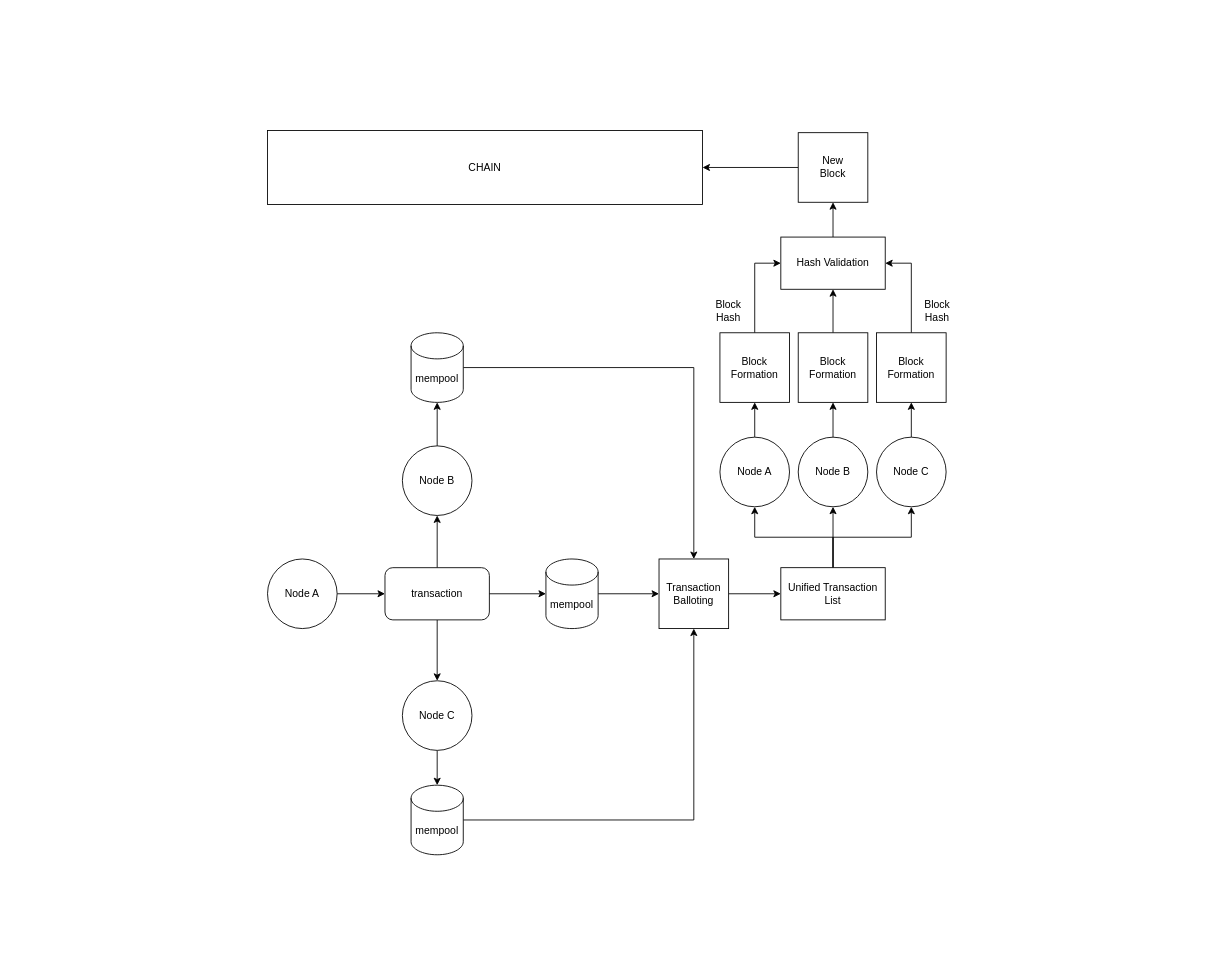
The draw.io diagram proof of majority.drawio in ali-05-ahmed/Concept-Diagrams, before the edit. Source tidied: cells renumbered, new cells numbered last; positions are measured from the earlier drawing's top-left corner, leaving out a move shared by most shapes. Both pictures are drawn from the tidied source at 87%, with x=0, y=0 at pixel (267, 130).
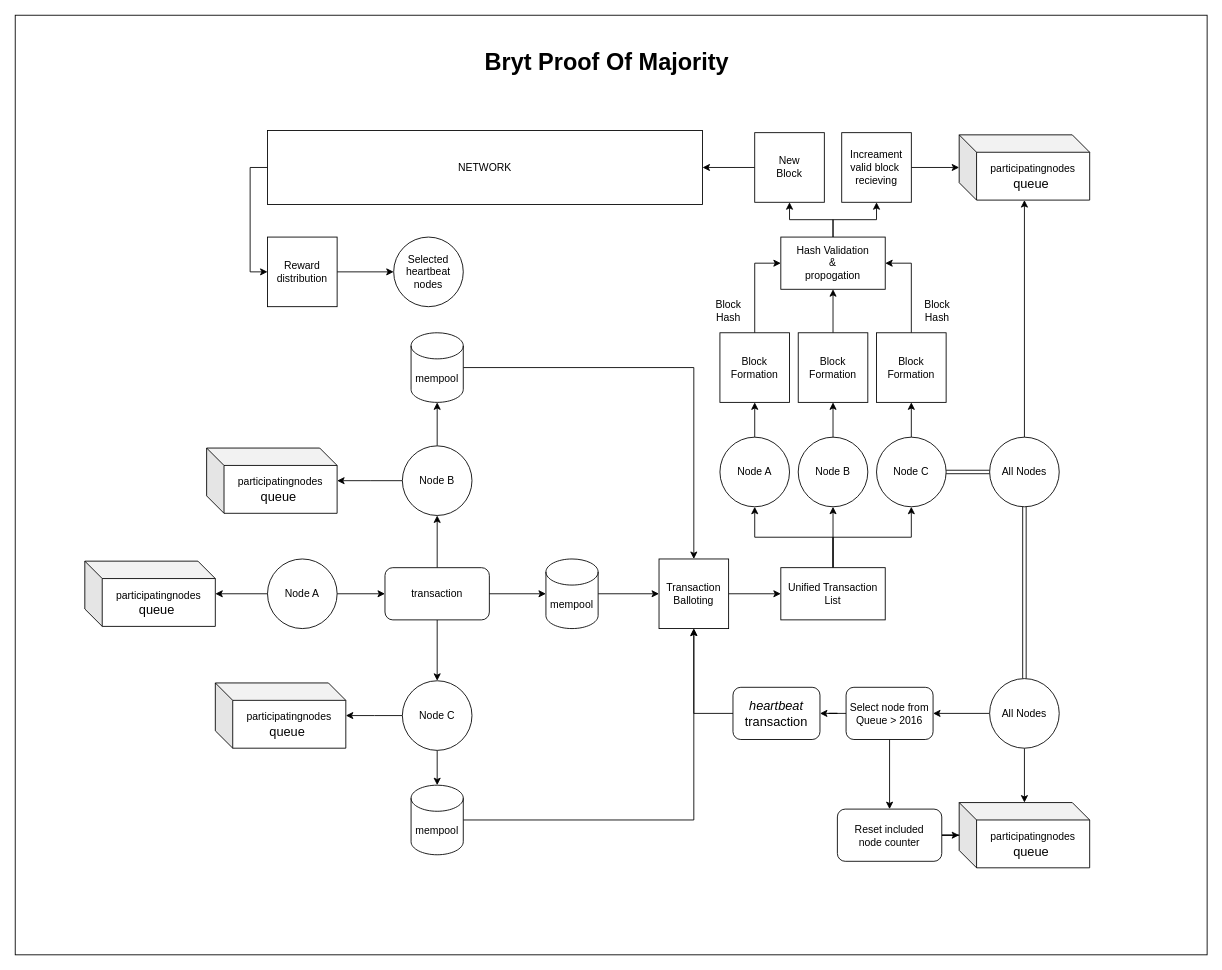
The same page after the edit.

Unchanged cells that the change refers to:
```xml
<mxCell id="3" value="Node A" style="ellipse;whiteSpace=wrap;html=1;" parent="1" vertex="1">
  <mxGeometry y="493" width="80" height="80" as="geometry" />
</mxCell>
<mxCell id="8" value="Node B" style="ellipse;whiteSpace=wrap;html=1;" parent="1" vertex="1">
  <mxGeometry x="155" y="363" width="80" height="80" as="geometry" />
</mxCell>
<mxCell id="13" value="Node C" style="ellipse;whiteSpace=wrap;html=1;" parent="1" vertex="1">
  <mxGeometry x="155" y="633" width="80" height="80" as="geometry" />
</mxCell>
<mxCell id="19" value="&lt;div&gt;Transaction Balloting&lt;/div&gt;" style="whiteSpace=wrap;html=1;" parent="1" vertex="1">
  <mxGeometry x="450" y="493" width="80" height="80" as="geometry" />
</mxCell>
<mxCell id="27" value="Node C" style="ellipse;whiteSpace=wrap;html=1;" parent="1" vertex="1">
  <mxGeometry x="700" y="353" width="80" height="80" as="geometry" />
</mxCell>
```

The edit, as a diff of the source:
```diff
@@
+    <mxCell id="43" style="rounded=0;whiteSpace=wrap;html=1;" parent="1" vertex="1">
+      <mxGeometry x="-290" y="-132" width="1370" height="1080" as="geometry" />
+    </mxCell>
@@
+    <mxCell id="44" style="edgeStyle=orthogonalEdgeStyle;rounded=0;jettySize=auto;html=1;" parent="1" edge="1" source="3" target="50">
+      <mxGeometry relative="1" as="geometry" />
+    </mxCell>
@@
+    <mxCell id="45" style="edgeStyle=orthogonalEdgeStyle;rounded=0;jettySize=auto;html=1;" parent="1" edge="1" source="8">
+      <mxGeometry relative="1" as="geometry">
+        <mxPoint x="80" y="403" as="targetPoint" />
+      </mxGeometry>
+    </mxCell>
@@
+    <mxCell id="46" style="edgeStyle=orthogonalEdgeStyle;rounded=0;jettySize=auto;html=1;" parent="1" edge="1" source="13">
+      <mxGeometry relative="1" as="geometry">
+        <mxPoint x="90" y="673" as="targetPoint" />
+      </mxGeometry>
+    </mxCell>
@@
+    <mxCell id="47" style="edgeStyle=orthogonalEdgeStyle;rounded=0;jettySize=auto;html=1;shape=link;" parent="1" edge="1" source="27" target="56">
+      <mxGeometry relative="1" as="geometry" />
+    </mxCell>
@@
+    <mxCell id="48" style="edgeStyle=orthogonalEdgeStyle;rounded=0;jettySize=auto;html=1;" parent="1" edge="1" source="37" target="58">
+      <mxGeometry relative="1" as="geometry" />
+    </mxCell>
-    <mxCell id="37" value="Hash Validation" style="whiteSpace=wrap;html=1;" parent="1" vertex="1">
+    <mxCell id="37" value="Hash Validation&lt;br&gt;&amp;amp;&lt;br&gt;propogation" style="whiteSpace=wrap;html=1;" parent="1" vertex="1">
       <mxGeometry x="590" y="123" width="120" height="60" as="geometry" />
     </mxCell>
@@
     <mxCell id="41" value="New&lt;br&gt;Block" style="whiteSpace=wrap;html=1;" parent="1" vertex="1">
-      <mxGeometry x="610" y="3" width="80" height="80" as="geometry" />
+      <mxGeometry x="560" y="3" width="80" height="80" as="geometry" />
     </mxCell>
+    <mxCell id="49" style="edgeStyle=orthogonalEdgeStyle;rounded=0;jettySize=auto;html=1;entryX=0;entryY=0.5;entryDx=0;entryDy=0;" parent="1" edge="1" source="42" target="71">
+      <mxGeometry relative="1" as="geometry">
+        <Array as="points">
+          <mxPoint x="-20" y="43" />
+          <mxPoint x="-20" y="163" />
+        </Array>
+      </mxGeometry>
+    </mxCell>
-    <mxCell id="42" value="CHAIN" style="rounded=0;whiteSpace=wrap;html=1;" parent="1" vertex="1">
+    <mxCell id="42" value="NETWORK" style="rounded=0;whiteSpace=wrap;html=1;" parent="1" vertex="1">
       <mxGeometry y="0.5" width="500" height="85" as="geometry" />
     </mxCell>
+    <mxCell id="50" value="&lt;div&gt;participatingnodes&lt;span style=&quot;font-size: 11.0191pt; font-family: CIDFont;&quot;&gt; queue&amp;nbsp;&lt;/span&gt;&lt;/div&gt;" style="shape=cube;whiteSpace=wrap;html=1;boundedLbl=1;backgroundOutline=1;darkOpacity=0.05;darkOpacity2=0.1;" parent="1" vertex="1">
+      <mxGeometry x="-210" y="495.5" width="150" height="75" as="geometry" />
+    </mxCell>
+    <mxCell id="51" value="&lt;div&gt;participatingnodes&lt;span style=&quot;font-size: 11.0191pt; font-family: CIDFont;&quot;&gt; queue&amp;nbsp;&lt;/span&gt;&lt;/div&gt;" style="shape=cube;whiteSpace=wrap;html=1;boundedLbl=1;backgroundOutline=1;darkOpacity=0.05;darkOpacity2=0.1;" parent="1" vertex="1">
+      <mxGeometry x="-70" y="365.5" width="150" height="75" as="geometry" />
+    </mxCell>
+    <mxCell id="52" value="&lt;div&gt;participatingnodes&lt;span style=&quot;font-size: 11.0191pt; font-family: CIDFont;&quot;&gt; queue&amp;nbsp;&lt;/span&gt;&lt;/div&gt;" style="shape=cube;whiteSpace=wrap;html=1;boundedLbl=1;backgroundOutline=1;darkOpacity=0.05;darkOpacity2=0.1;" parent="1" vertex="1">
+      <mxGeometry x="-60" y="635.5" width="150" height="75" as="geometry" />
+    </mxCell>
+    <mxCell id="53" value="&lt;div&gt;participatingnodes&lt;span style=&quot;font-size: 11.0191pt; font-family: CIDFont;&quot;&gt; queue&amp;nbsp;&lt;/span&gt;&lt;/div&gt;" style="shape=cube;whiteSpace=wrap;html=1;boundedLbl=1;backgroundOutline=1;darkOpacity=0.05;darkOpacity2=0.1;" parent="1" vertex="1">
+      <mxGeometry x="795" y="5.5" width="150" height="75" as="geometry" />
+    </mxCell>
+    <mxCell id="54" style="edgeStyle=orthogonalEdgeStyle;rounded=0;jettySize=auto;html=1;" parent="1" edge="1" source="56" target="53">
+      <mxGeometry relative="1" as="geometry" />
+    </mxCell>
+    <mxCell id="55" style="edgeStyle=orthogonalEdgeStyle;rounded=0;jettySize=auto;html=1;entryX=0.5;entryY=0;entryDx=0;entryDy=0;shape=link;" parent="1" edge="1" source="56" target="61">
+      <mxGeometry relative="1" as="geometry" />
+    </mxCell>
+    <mxCell id="56" value="All Nodes" style="ellipse;whiteSpace=wrap;html=1;" parent="1" vertex="1">
+      <mxGeometry x="830" y="353" width="80" height="80" as="geometry" />
+    </mxCell>
+    <mxCell id="57" style="edgeStyle=orthogonalEdgeStyle;rounded=0;jettySize=auto;html=1;" parent="1" edge="1" source="58" target="53">
+      <mxGeometry relative="1" as="geometry" />
+    </mxCell>
+    <mxCell id="58" value="Increament&lt;br&gt;valid block&amp;nbsp;&lt;br&gt;recieving" style="whiteSpace=wrap;html=1;" parent="1" vertex="1">
+      <mxGeometry x="660" y="3" width="80" height="80" as="geometry" />
+    </mxCell>
+    <mxCell id="59" style="edgeStyle=orthogonalEdgeStyle;rounded=0;jettySize=auto;html=1;" parent="1" edge="1" source="61" target="66">
+      <mxGeometry relative="1" as="geometry" />
+    </mxCell>
+    <mxCell id="60" style="edgeStyle=orthogonalEdgeStyle;rounded=0;jettySize=auto;html=1;" parent="1" edge="1" source="61" target="67">
+      <mxGeometry relative="1" as="geometry" />
+    </mxCell>
+    <mxCell id="61" value="All Nodes" style="ellipse;whiteSpace=wrap;html=1;" parent="1" vertex="1">
+      <mxGeometry x="830" y="630.5" width="80" height="80" as="geometry" />
+    </mxCell>
+    <mxCell id="62" style="edgeStyle=orthogonalEdgeStyle;rounded=0;jettySize=auto;html=1;entryX=0.5;entryY=1;entryDx=0;entryDy=0;" parent="1" edge="1" source="63" target="19">
+      <mxGeometry relative="1" as="geometry" />
+    </mxCell>
+    <mxCell id="63" value="&lt;div&gt; &lt;span style=&quot;font-size: 11.0191pt; font-family: CIDFont; font-style: italic;&quot;&gt;heartbeat&lt;/span&gt;&lt;span style=&quot;font-size: 11.0191pt; font-family: CIDFont;&quot;&gt; transaction&lt;/span&gt;&lt;/div&gt;" style="rounded=1;whiteSpace=wrap;html=1;" parent="1" vertex="1">
+      <mxGeometry x="535" y="640.5" width="100" height="60" as="geometry" />
+    </mxCell>
+    <mxCell id="64" style="edgeStyle=orthogonalEdgeStyle;rounded=0;jettySize=auto;html=1;" parent="1" edge="1" source="66" target="63">
+      <mxGeometry relative="1" as="geometry" />
+    </mxCell>
+    <mxCell id="65" style="edgeStyle=orthogonalEdgeStyle;rounded=0;jettySize=auto;html=1;" parent="1" edge="1" source="66" target="69">
+      <mxGeometry relative="1" as="geometry" />
+    </mxCell>
+    <mxCell id="66" value="Select node from Queue &amp;gt; 2016" style="rounded=1;whiteSpace=wrap;html=1;" parent="1" vertex="1">
+      <mxGeometry x="665" y="640.5" width="100" height="60" as="geometry" />
+    </mxCell>
+    <mxCell id="67" value="&lt;div&gt;participatingnodes&lt;span style=&quot;font-size: 11.0191pt; font-family: CIDFont;&quot;&gt; queue&amp;nbsp;&lt;/span&gt;&lt;/div&gt;" style="shape=cube;whiteSpace=wrap;html=1;boundedLbl=1;backgroundOutline=1;darkOpacity=0.05;darkOpacity2=0.1;" parent="1" vertex="1">
+      <mxGeometry x="795" y="773" width="150" height="75" as="geometry" />
+    </mxCell>
+    <mxCell id="68" style="edgeStyle=orthogonalEdgeStyle;rounded=0;jettySize=auto;html=1;" parent="1" edge="1" source="69" target="67">
+      <mxGeometry relative="1" as="geometry" />
+    </mxCell>
+    <mxCell id="69" value="Reset included &lt;br&gt;node counter" style="whiteSpace=wrap;html=1;rounded=1;" parent="1" vertex="1">
+      <mxGeometry x="655" y="780.5" width="120" height="60" as="geometry" />
+    </mxCell>
+    <mxCell id="70" style="edgeStyle=orthogonalEdgeStyle;rounded=0;jettySize=auto;html=1;" parent="1" edge="1" source="71" target="72">
+      <mxGeometry relative="1" as="geometry" />
+    </mxCell>
+    <mxCell id="71" value="Reward distribution" style="whiteSpace=wrap;html=1;" parent="1" vertex="1">
+      <mxGeometry y="123" width="80" height="80" as="geometry" />
+    </mxCell>
+    <mxCell id="72" value="Selected&lt;br&gt;heartbeat&lt;br&gt;nodes" style="ellipse;whiteSpace=wrap;html=1;" parent="1" vertex="1">
+      <mxGeometry x="145" y="123" width="80" height="80" as="geometry" />
+    </mxCell>
+    <mxCell id="73" value="&lt;h1 style=&quot;font-size: 27px;&quot;&gt;Bryt Proof Of Majority&lt;/h1&gt;" style="text;html=1;strokeColor=none;fillColor=none;spacing=5;spacingTop=-20;whiteSpace=wrap;overflow=hidden;rounded=0;fontSize=27;fontStyle=0;" parent="1" vertex="1">
+      <mxGeometry x="245" y="-102" width="300" height="50" as="geometry" />
+    </mxCell>
```
